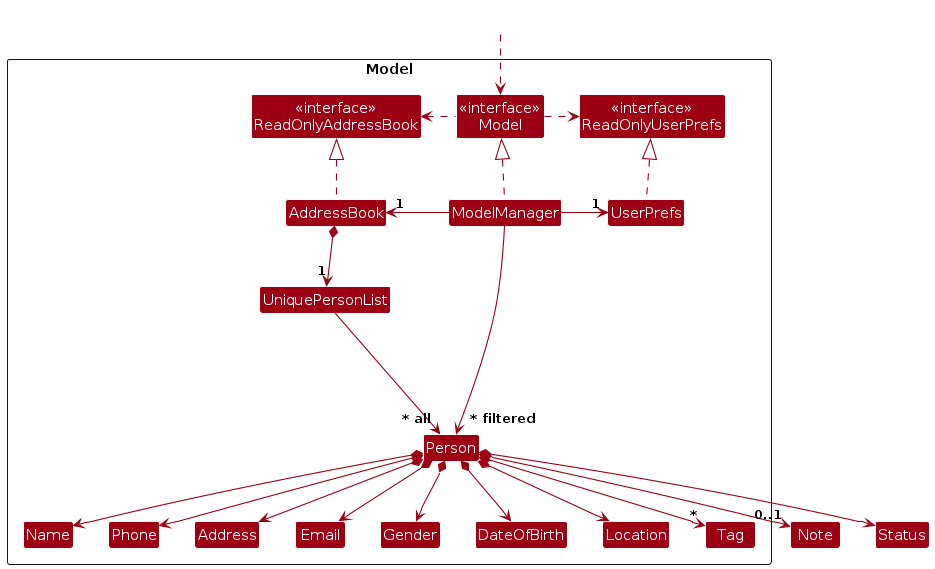
This is diagrams/ModelClassDiagram.png from prickloll/tp, a PlantUML export, as it was before one commit. Its source is kept beside it as diagrams/ModelClassDiagram.puml. Source of this version:
```plantuml
@startuml
!include style.puml
skinparam arrowThickness 1.1
skinparam arrowColor MODEL_COLOR
skinparam classBackgroundColor MODEL_COLOR

Package Model as ModelPackage <<Rectangle>>{
Class "<<interface>>\nReadOnlyAddressBook" as ReadOnlyAddressBook
Class "<<interface>>\nReadOnlyUserPrefs" as ReadOnlyUserPrefs
Class "<<interface>>\nModel" as Model
Class AddressBook
Class ModelManager
Class UserPrefs

Class UniquePersonList
Class Person
Class Gender
Class DateOfBirth
Class Address
Class Email
Class Name
Class Phone
Class Location
Class Tag

Class I #FFFFFF
}

Class HiddenOutside #FFFFFF
HiddenOutside ..> Model

AddressBook .up.|> ReadOnlyAddressBook

ModelManager .up.|> Model
Model .right.> ReadOnlyUserPrefs
Model .left.> ReadOnlyAddressBook
ModelManager -left-> "1" AddressBook
ModelManager -right-> "1" UserPrefs
UserPrefs .up.|> ReadOnlyUserPrefs

AddressBook *--> "1" UniquePersonList
UniquePersonList --> "~* all" Person
Person *--> Name
Person *--> Phone
Person *--> Email
Person *--> Address
Person *--> "*" Tag
Person *--> Gender
Person *--> DateOfBirth
Person *--> Location
Person *--> "0..1" Note
Person *--> Status

Person -[hidden]up--> I
UniquePersonList -[hidden]right-> I

Name -[hidden]right-> Phone
Phone -[hidden]right-> Address
Address -[hidden]right-> Email

ModelManager --> "~* filtered" Person
@enduml
```
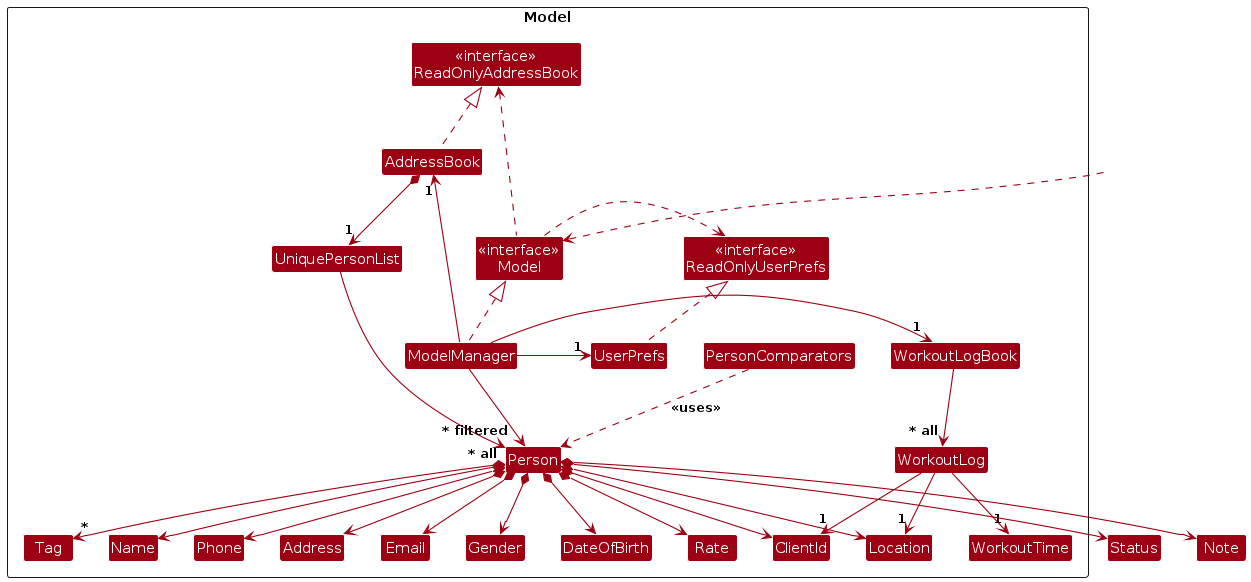
After the commit.

The edit, as a diff of the source:
```diff
@@ -9,11 +9,16 @@
 Class "<<interface>>\nReadOnlyUserPrefs" as ReadOnlyUserPrefs
 Class "<<interface>>\nModel" as Model
 Class AddressBook
+Class WorkoutLogBook
 Class ModelManager
 Class UserPrefs
 
 Class UniquePersonList
+Class WorkoutLog
+Class WorkoutTime
 Class Person
+Class PersonComparators
+Class ClientId
 Class Gender
 Class DateOfBirth
 Class Address
@@ -21,6 +26,7 @@
 Class Name
 Class Phone
 Class Location
+Class Rate
 Class Tag
 
 Class I #FFFFFF
@@ -36,10 +42,18 @@
 Model .left.> ReadOnlyAddressBook
 ModelManager -left-> "1" AddressBook
 ModelManager -right-> "1" UserPrefs
+ModelManager -left-> "1" WorkoutLogBook
 UserPrefs .up.|> ReadOnlyUserPrefs
+
+WorkoutLogBook --> "~* all" WorkoutLog
+WorkoutLog --> "1" ClientId
+WorkoutLog --> "1" WorkoutTime
+WorkoutLog --> "1" Location
 
 AddressBook *--> "1" UniquePersonList
 UniquePersonList --> "~* all" Person
+PersonComparators ..> Person : <<uses>>
+Person *--> ClientId
 Person *--> Name
 Person *--> Phone
 Person *--> Email
@@ -48,7 +62,8 @@
 Person *--> Gender
 Person *--> DateOfBirth
 Person *--> Location
-Person *--> "0..1" Note
+Person *--> Note
+Person *--> Rate
 Person *--> Status
 
 Person -[hidden]up--> I
```
